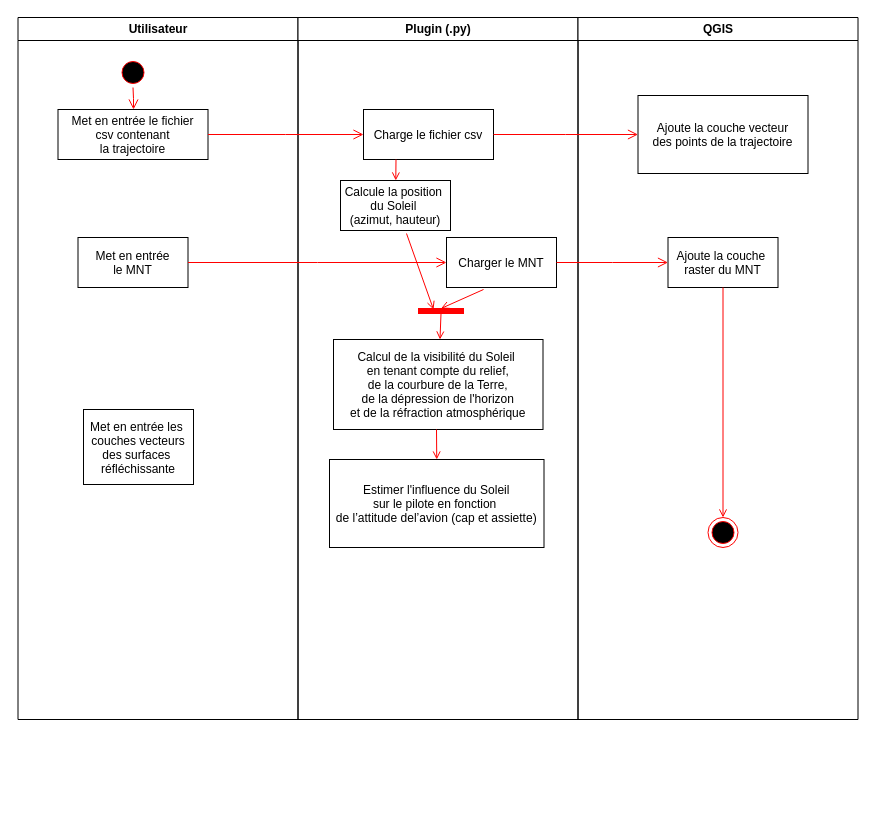
PaulCllch/BEA keeps this draw.io diagram as BEA/Diagramme sans nom.drawio. Above is the earlier version. Source tidied: cells renumbered, new cells numbered last; positions are measured from the earlier drawing's top-left corner, leaving out a move shared by most shapes. Both pictures are drawn from the tidied source at 100%, with x=0, y=0 at pixel (17, 17).
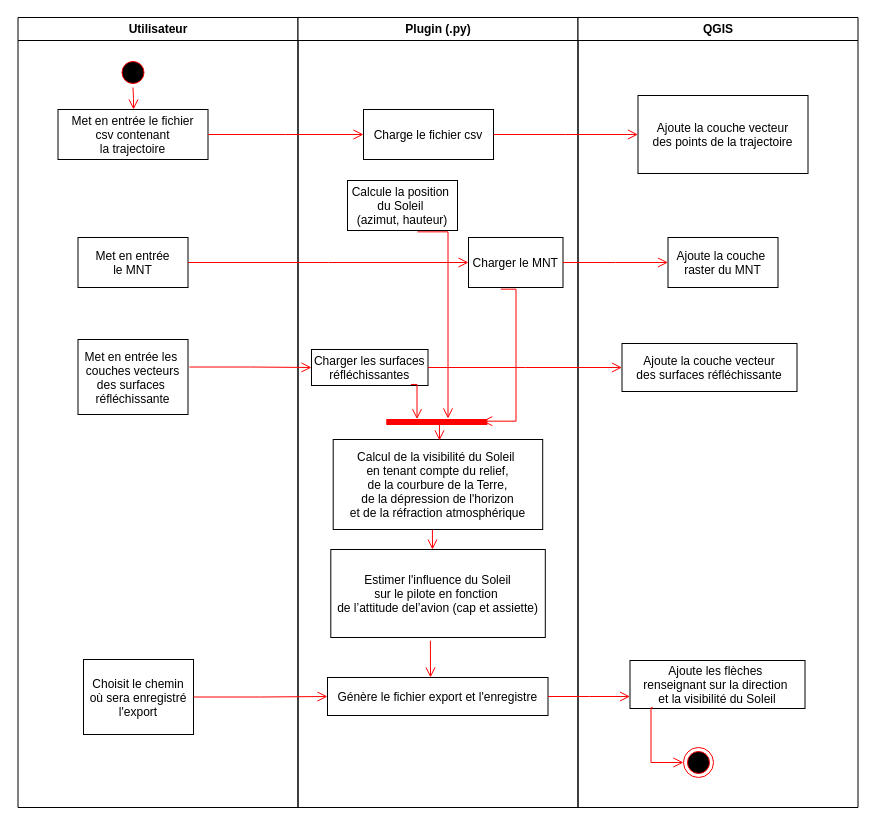
The same diagram, later.

Commit message (it also covers changes not shown here):
Mettre à jour Diagramme sans nom.drawio

Unchanged cells that the change refers to:
```xml
<mxCell id="9" value="Charge le fichier csv" parent="8" vertex="1">
  <mxGeometry x="65.5" y="92" width="130" height="50" as="geometry" />
</mxCell>
<mxCell id="20" value="Ajoute la couche &#10;raster du MNT" parent="19" vertex="1">
  <mxGeometry x="90" y="220" width="110" height="50" as="geometry" />
</mxCell>
```

Diff of the diagram source:
```diff
@@
     <mxCell id="2" value="Utilisateur" style="swimlane;whiteSpace=wrap;" parent="1" vertex="1">
-      <mxGeometry x="0.5" width="280" height="702" as="geometry" />
+      <mxGeometry x="0.5" width="280" height="790" as="geometry" />
     </mxCell>
@@
     <mxCell id="7" value="Met en entrée les &#10;couches vecteurs&#10;des surfaces &#10;réfléchissante" parent="2" vertex="1">
-      <mxGeometry x="65.5" y="392" width="110" height="75" as="geometry" />
+      <mxGeometry x="60" y="322" width="110" height="75" as="geometry" />
     </mxCell>
+    <mxCell id="29" value="Choisit le chemin&#10;où sera enregistré&#10;l'export" parent="2" vertex="1">
+      <mxGeometry x="65.5" y="642" width="110" height="75" as="geometry" />
+    </mxCell>
     <mxCell id="8" value="Plugin (.py)" style="swimlane;whiteSpace=wrap;" parent="1" vertex="1">
-      <mxGeometry x="280.5" width="280" height="702" as="geometry" />
+      <mxGeometry x="280.5" width="280" height="790" as="geometry" />
     </mxCell>
@@
     <mxCell id="10" value="Calcule la position &#10;du Soleil &#10;(azimut, hauteur)" parent="8" vertex="1">
-      <mxGeometry x="42.5" y="163" width="110" height="50" as="geometry" />
+      <mxGeometry x="49.5" y="163" width="110" height="50" as="geometry" />
     </mxCell>
-    <mxCell id="11" style="endArrow=open;strokeColor=#FF0000;endFill=1;rounded=0;exitX=0.25;exitY=1;exitDx=0;exitDy=0;" parent="8" edge="1" source="9" target="10">
-      <mxGeometry relative="1" as="geometry" />
-    </mxCell>
     <mxCell id="12" value="Charger le MNT" parent="8" vertex="1">
-      <mxGeometry x="148.5" y="220" width="110" height="50" as="geometry" />
+      <mxGeometry x="170.5" y="220" width="94.5" height="50" as="geometry" />
     </mxCell>
+    <mxCell id="14" value="Calcul de la visibilité du Soleil &#10;en tenant compte du relief,&#10;de la courbure de la Terre,&#10;de la dépression de l'horizon&#10;et de la réfraction atmosphérique" parent="8" vertex="1">
+      <mxGeometry x="35.2" y="422" width="209.5" height="90" as="geometry" />
+    </mxCell>
+    <mxCell id="18" value="Estimer l'influence du Soleil&#10;sur le pilote en fonction &#10;de l’attitude del’avion (cap et assiette)" parent="8" vertex="1">
+      <mxGeometry x="32.8" y="532" width="214.5" height="88" as="geometry" />
+    </mxCell>
+    <mxCell id="30" value="Charger les surfaces&#10;réfléchissantes" parent="8" vertex="1">
+      <mxGeometry x="13.5" y="332" width="116.5" height="36" as="geometry" />
+    </mxCell>
     <mxCell id="13" style="whiteSpace=wrap;strokeColor=#FF0000;fillColor=#FF0000;direction=south;" parent="8" vertex="1">
-      <mxGeometry x="120.5" y="291" width="45" height="5" as="geometry" />
+      <mxGeometry x="88.8" y="402" width="100" height="5" as="geometry" />
     </mxCell>
-    <mxCell id="14" value="Calcul de la visibilité du Soleil &#10;en tenant compte du relief,&#10;de la courbure de la Terre,&#10;de la dépression de l'horizon&#10;et de la réfraction atmosphérique" parent="8" vertex="1">
-      <mxGeometry x="35.5" y="322" width="209.5" height="90" as="geometry" />
-    </mxCell>
-    <mxCell id="15" style="edgeStyle=none;strokeColor=#FF0000;endArrow=open;endFill=1;rounded=0;exitX=1;exitY=0.5;exitDx=0;exitDy=0;" parent="8" edge="1" source="13" target="14">
-      <mxGeometry relative="1" as="geometry" />
-    </mxCell>
-    <mxCell id="16" style="edgeStyle=none;strokeColor=#FF0000;endArrow=open;endFill=1;rounded=0;exitX=0.6;exitY=1.06;exitDx=0;exitDy=0;exitPerimeter=0;" parent="8" edge="1" source="10">
-      <mxGeometry relative="1" as="geometry">
-        <mxPoint x="135.5" y="292" as="targetPoint" />
-      </mxGeometry>
-    </mxCell>
-    <mxCell id="17" style="edgeStyle=none;strokeColor=#FF0000;endArrow=open;endFill=1;rounded=0;entryX=0;entryY=0.5;entryDx=0;entryDy=0;" parent="8" edge="1" target="13">
-      <mxGeometry relative="1" as="geometry">
-        <mxPoint x="185.5" y="272" as="sourcePoint" />
-      </mxGeometry>
-    </mxCell>
-    <mxCell id="18" value="Estimer l'influence du Soleil&#10;sur le pilote en fonction &#10;de l’attitude del’avion (cap et assiette)" parent="8" vertex="1">
-      <mxGeometry x="31.5" y="442" width="214.5" height="88" as="geometry" />
-    </mxCell>
+    <mxCell id="31" value="Génère le fichier export et l'enregistre" parent="8" vertex="1">
+      <mxGeometry x="29.5" y="660" width="220.5" height="38" as="geometry" />
+    </mxCell>
+    <mxCell id="32" style="edgeStyle=elbowEdgeStyle;elbow=horizontal;verticalAlign=bottom;endArrow=open;endSize=8;strokeColor=#FF0000;endFill=1;rounded=0;exitX=0.586;exitY=1.036;exitDx=0;exitDy=0;exitPerimeter=0;" parent="8" edge="1">
+      <mxGeometry x="40" y="138" as="geometry">
+        <mxPoint x="132.4" y="623.2" as="sourcePoint" />
+        <mxPoint x="132.4" y="660" as="targetPoint" />
+      </mxGeometry>
+    </mxCell>
+    <mxCell id="33" style="edgeStyle=elbowEdgeStyle;elbow=horizontal;verticalAlign=bottom;endArrow=open;endSize=8;strokeColor=#FF0000;endFill=1;rounded=0;exitX=0.588;exitY=1.005;exitDx=0;exitDy=0;exitPerimeter=0;" parent="8" edge="1">
+      <mxGeometry x="-404.5" y="128" as="geometry">
+        <mxPoint x="134.4" y="512.4" as="sourcePoint" />
+        <mxPoint x="134.4" y="532" as="targetPoint" />
+      </mxGeometry>
+    </mxCell>
+    <mxCell id="34" style="edgeStyle=elbowEdgeStyle;elbow=horizontal;verticalAlign=bottom;endArrow=open;endSize=8;strokeColor=#FF0000;endFill=1;rounded=0;exitX=0.342;exitY=1.033;exitDx=0;exitDy=0;entryX=0.333;entryY=0.046;entryDx=0;entryDy=0;exitPerimeter=0;entryPerimeter=0;" parent="8" edge="1" source="12" target="13">
+      <mxGeometry x="40" y="138" as="geometry">
+        <Array as="points">
+          <mxPoint x="218" y="340" />
+        </Array>
+      </mxGeometry>
+    </mxCell>
+    <mxCell id="35" style="edgeStyle=elbowEdgeStyle;elbow=horizontal;verticalAlign=bottom;endArrow=open;endSize=8;strokeColor=#FF0000;endFill=1;rounded=0;exitX=0.636;exitY=1.027;exitDx=0;exitDy=0;entryX=-0.2;entryY=0.386;entryDx=0;entryDy=0;exitPerimeter=0;entryPerimeter=0;" parent="8" edge="1" source="10" target="13">
+      <mxGeometry x="-404.5" y="128" as="geometry">
+        <Array as="points">
+          <mxPoint x="150" y="310" />
+        </Array>
+      </mxGeometry>
+    </mxCell>
+    <mxCell id="36" style="edgeStyle=elbowEdgeStyle;elbow=horizontal;verticalAlign=bottom;endArrow=open;endSize=8;strokeColor=#FF0000;endFill=1;rounded=0;exitX=0.853;exitY=0.972;exitDx=0;exitDy=0;entryX=-0.067;entryY=0.699;entryDx=0;entryDy=0;entryPerimeter=0;exitPerimeter=0;" parent="8" edge="1" source="30" target="13">
+      <mxGeometry x="-849" y="118" as="geometry">
+        <Array as="points">
+          <mxPoint x="119" y="380" />
+        </Array>
+      </mxGeometry>
+    </mxCell>
     <mxCell id="19" value="QGIS" style="swimlane;whiteSpace=wrap;startSize=23;" parent="1" vertex="1">
-      <mxGeometry x="560.5" width="280" height="702" as="geometry" />
+      <mxGeometry x="560.5" width="280" height="790" as="geometry" />
     </mxCell>
@@
     <mxCell id="21" style="ellipse;shape=endState;fillColor=#000000;strokeColor=#ff0000;" parent="19" vertex="1">
-      <mxGeometry x="130" y="500" width="30" height="30" as="geometry" />
+      <mxGeometry x="105.5" y="730" width="30" height="30" as="geometry" />
     </mxCell>
-    <mxCell id="22" style="endArrow=open;strokeColor=#FF0000;endFill=1;rounded=0;" parent="19" edge="1" source="20" target="21">
-      <mxGeometry relative="1" as="geometry" />
-    </mxCell>
@@
+    <mxCell id="37" value="Ajoute la couche vecteur&#10;des surfaces réfléchissante" parent="19" vertex="1">
+      <mxGeometry x="44" y="326" width="175" height="48" as="geometry" />
+    </mxCell>
+    <mxCell id="38" value="Ajoute les flèches &#10;renseignant sur la direction &#10;et la visibilité du Soleil" parent="19" vertex="1">
+      <mxGeometry x="52" y="643" width="175" height="48" as="geometry" />
+    </mxCell>
+    <mxCell id="39" style="edgeStyle=elbowEdgeStyle;elbow=horizontal;verticalAlign=bottom;endArrow=open;endSize=8;strokeColor=#FF0000;endFill=1;rounded=0;exitX=0.13;exitY=0.985;exitDx=0;exitDy=0;exitPerimeter=0;" parent="19" edge="1" source="38" target="21">
+      <mxGeometry x="-240" y="138" as="geometry">
+        <Array as="points">
+          <mxPoint x="73" y="720" />
+        </Array>
+      </mxGeometry>
+    </mxCell>
@@
-    <mxCell id="28" style="edgeStyle=none;strokeColor=#FF0000;endArrow=open;endFill=1;rounded=0;entryX=0.5;entryY=0;entryDx=0;entryDy=0;" parent="1" edge="1" target="18">
-      <mxGeometry relative="1" as="geometry">
-        <mxPoint x="419" y="412" as="sourcePoint" />
-      </mxGeometry>
-    </mxCell>
+    <mxCell id="40" style="edgeStyle=elbowEdgeStyle;elbow=horizontal;verticalAlign=bottom;endArrow=open;endSize=8;strokeColor=#FF0000;endFill=1;rounded=0;exitX=1;exitY=0.5;exitDx=0;exitDy=0;entryX=0;entryY=0.5;entryDx=0;entryDy=0;" parent="1" edge="1" source="30" target="37">
+      <mxGeometry x="484.5" y="148" as="geometry" />
+    </mxCell>
+    <mxCell id="41" style="edgeStyle=elbowEdgeStyle;elbow=horizontal;verticalAlign=bottom;endArrow=open;endSize=8;strokeColor=#FF0000;endFill=1;rounded=0;exitX=1.013;exitY=0.367;exitDx=0;exitDy=0;entryX=0;entryY=0.5;entryDx=0;entryDy=0;exitPerimeter=0;" parent="1" edge="1" source="7" target="30">
+      <mxGeometry x="484.5" y="148" as="geometry" />
+    </mxCell>
+    <mxCell id="42" style="edgeStyle=elbowEdgeStyle;elbow=horizontal;verticalAlign=bottom;endArrow=open;endSize=8;strokeColor=#FF0000;endFill=1;rounded=0;exitX=1;exitY=0.5;exitDx=0;exitDy=0;entryX=0;entryY=0.5;entryDx=0;entryDy=0;" parent="1" edge="1" source="29" target="31">
+      <mxGeometry x="484.5" y="148" as="geometry" />
+    </mxCell>
+    <mxCell id="43" style="edgeStyle=elbowEdgeStyle;elbow=horizontal;verticalAlign=bottom;endArrow=open;endSize=8;strokeColor=#FF0000;endFill=1;rounded=0;entryX=0;entryY=0.75;entryDx=0;entryDy=0;exitX=1;exitY=0.5;exitDx=0;exitDy=0;" parent="1" edge="1" source="31" target="38">
+      <mxGeometry x="484.5" y="148" as="geometry" />
+    </mxCell>
+    <mxCell id="44" style="edgeStyle=elbowEdgeStyle;elbow=horizontal;verticalAlign=bottom;endArrow=open;endSize=8;strokeColor=#FF0000;endFill=1;rounded=0;exitX=0.588;exitY=1.005;exitDx=0;exitDy=0;exitPerimeter=0;" parent="1" edge="1">
+      <mxGeometry x="-404.5" y="128" as="geometry">
+        <mxPoint x="421.9" y="403.4" as="sourcePoint" />
+        <mxPoint x="421.9" y="423" as="targetPoint" />
+      </mxGeometry>
+    </mxCell>
```
